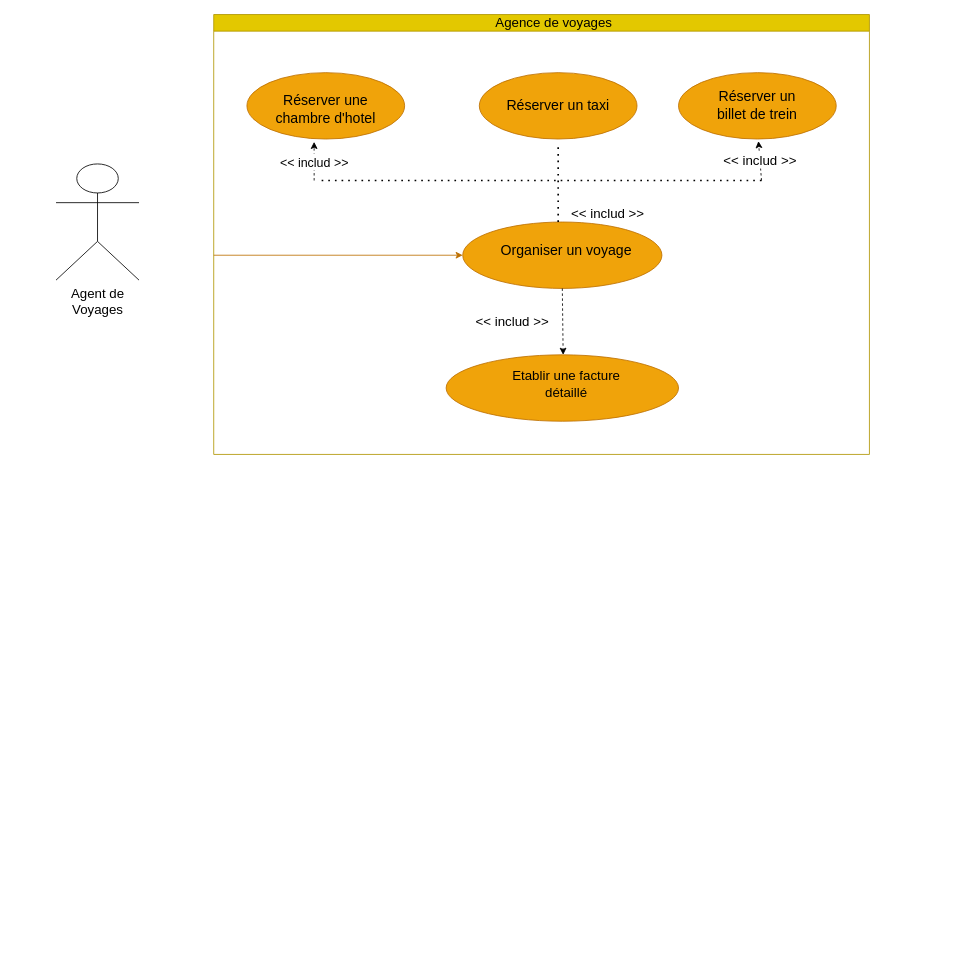
Above: Untitled Diagram.drawio in zakaria-batty/Syst-me-de-r-servation-agence-de-voyage- (draw.io), before the change. Source tidied: cells renumbered, new cells numbered last; positions are measured from the earlier drawing's top-left corner, leaving out a move shared by most shapes. Both pictures are drawn from the tidied source at 83%, with x=0, y=0 at pixel (56, 14).
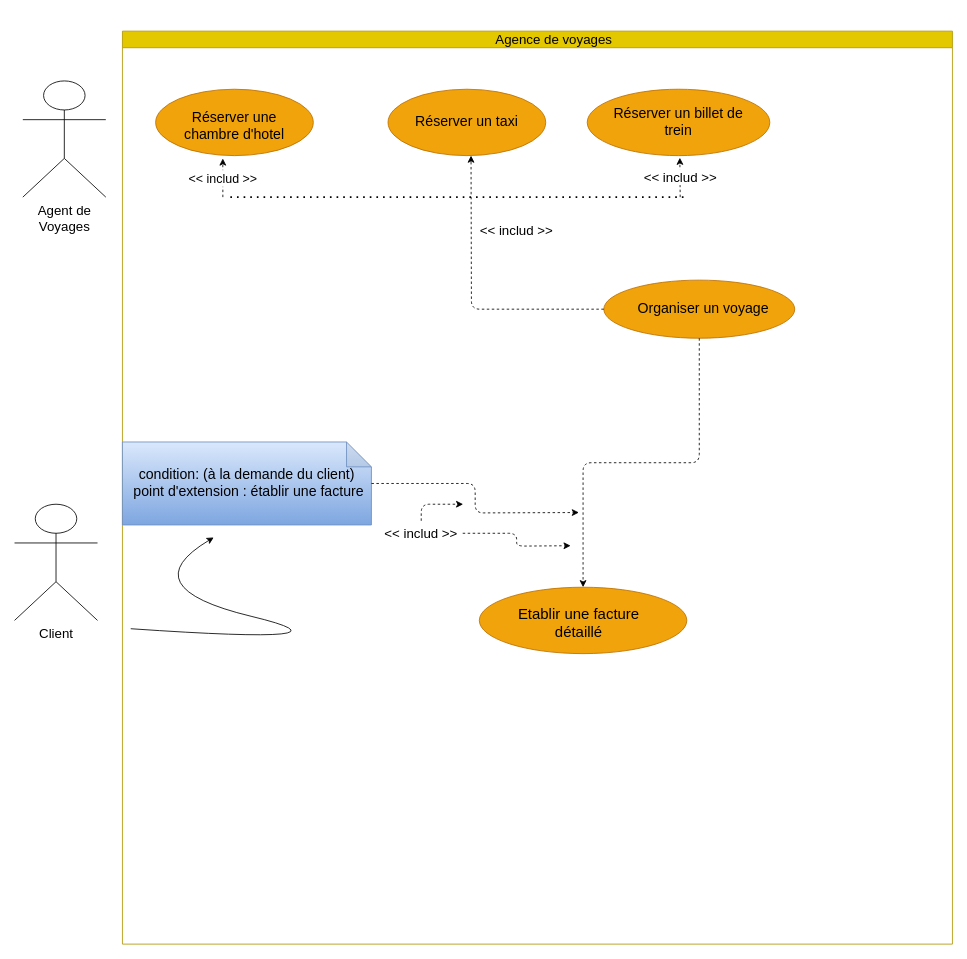
After the change.

Commit message:
diagramme une agence de voyage-Suite.drawio

Diff of the diagram source:
```diff
@@
     <mxCell id="2" style="swimlane;html=1;startSize=20;horizontal=1;containerType=tree;glass=0;fillColor=#e3c800;strokeColor=#B09500;fontColor=#ffffff;" parent="1" vertex="1">
-      <mxGeometry x="190" width="790" height="530" as="geometry" />
+      <mxGeometry x="80" y="20" width="1000" height="1100" as="geometry" />
     </mxCell>
@@
     <mxCell id="5" style="ellipse;whiteSpace=wrap;html=1;glass=0;fontSize=16;fillColor=#f0a30a;strokeColor=#BD7000;fontColor=#ffffff;" parent="2" vertex="1">
-      <mxGeometry x="560" y="70" width="190" height="80" as="geometry" />
+      <mxGeometry x="560" y="70" width="220" height="80" as="geometry" />
     </mxCell>
-    <mxCell id="6" style="ellipse;whiteSpace=wrap;html=1;glass=0;fontSize=16;fillColor=#f0a30a;strokeColor=#BD7000;fontColor=#ffffff;" parent="2" vertex="1">
-      <mxGeometry x="300" y="250" width="240" height="80" as="geometry" />
-    </mxCell>
@@
     <mxCell id="9" value="&lt;span style=&quot;font-size: 17px&quot;&gt;Réserver un billet de trein&lt;/span&gt;" style="text;html=1;strokeColor=none;fillColor=none;align=center;verticalAlign=middle;whiteSpace=wrap;rounded=0;glass=0;fontSize=16;" parent="2" vertex="1">
-      <mxGeometry x="590" y="80" width="130" height="60" as="geometry" />
+      <mxGeometry x="590" y="80" width="160" height="60" as="geometry" />
     </mxCell>
-    <mxCell id="10" value="&lt;span style=&quot;font-size: 17px&quot;&gt;Organiser un voyage&lt;/span&gt;" style="text;html=1;strokeColor=none;fillColor=none;align=center;verticalAlign=middle;whiteSpace=wrap;rounded=0;glass=0;fontSize=16;dashed=1;" parent="2" vertex="1">
-      <mxGeometry x="340" y="260" width="170" height="50" as="geometry" />
-    </mxCell>
-    <mxCell id="11" style="endArrow=none;dashed=1;html=1;dashPattern=1 3;strokeWidth=2;fontFamily=Helvetica;fontSize=16;fontColor=#000000;align=center;strokeColor=#000000;rounded=1;shadow=0;" parent="2" edge="1">
-      <mxGeometry relative="1" as="geometry">
-        <mxPoint x="415" y="250" as="sourcePoint" />
-        <mxPoint x="415" y="160" as="targetPoint" />
-      </mxGeometry>
-    </mxCell>
@@
     <mxCell id="13" style="endArrow=none;dashed=1;html=1;dashPattern=1 3;strokeWidth=2;fontSize=16;" parent="2" edge="1">
       <mxGeometry relative="1" as="geometry">
         <mxPoint x="130" y="200" as="sourcePoint" />
-        <mxPoint x="660" y="200" as="targetPoint" />
+        <mxPoint x="680" y="200" as="targetPoint" />
       </mxGeometry>
     </mxCell>
@@
     <mxCell id="16" value="&amp;lt;&amp;lt; includ &amp;gt;&amp;gt;" style="endArrow=classic;html=1;shadow=0;dashed=1;fontSize=16;entryX=0.51;entryY=1.209;entryDx=0;entryDy=0;entryPerimeter=0;" parent="2" edge="1" target="9">
       <mxGeometry relative="1" as="geometry">
-        <mxPoint x="660" y="200" as="sourcePoint" />
+        <mxPoint x="672" y="200" as="sourcePoint" />
       </mxGeometry>
     </mxCell>
-    <mxCell id="17" style="endArrow=classic;html=1;shadow=0;fontSize=16;entryX=0;entryY=0.5;entryDx=0;entryDy=0;fillColor=#f0a30a;strokeColor=#BD7000;" parent="2" edge="1" target="6">
-      <mxGeometry relative="1" as="geometry">
-        <mxPoint y="290" as="sourcePoint" />
-      </mxGeometry>
-    </mxCell>
-    <mxCell id="18" style="ellipse;whiteSpace=wrap;html=1;glass=0;fontSize=16;fillColor=#f0a30a;strokeColor=#BD7000;fontColor=#ffffff;" parent="2" vertex="1">
-      <mxGeometry x="280" y="410" width="280" height="80" as="geometry" />
-    </mxCell>
+    <mxCell id="21" value="&amp;lt;&amp;lt; includ &amp;gt;&amp;gt;" style="text;html=1;strokeColor=none;fillColor=none;align=center;verticalAlign=middle;whiteSpace=wrap;rounded=0;glass=0;fontSize=16;" parent="2" vertex="1">
+      <mxGeometry x="310" y="590" width="100" height="30" as="geometry" />
+    </mxCell>
+    <mxCell id="24" style="curved=1;endArrow=classic;html=1;shadow=0;fontSize=16;" parent="2" edge="1">
+      <mxGeometry relative="1" as="geometry">
+        <mxPoint x="10" y="720" as="sourcePoint" />
+        <mxPoint x="110" y="610" as="targetPoint" />
+        <Array as="points">
+          <mxPoint x="300" y="740" />
+          <mxPoint x="10" y="670" />
+        </Array>
+      </mxGeometry>
+    </mxCell>
+    <mxCell id="25" value="&lt;font style=&quot;font-size: 17px&quot;&gt;condition: (à la demande du client)&lt;br&gt;&amp;nbsp;point d'extension : établir une facture&lt;/font&gt;" style="shape=note;whiteSpace=wrap;html=1;backgroundOutline=1;darkOpacity=0.05;glass=0;gradientColor=#7ea6e0;fontSize=16;fillColor=#dae8fc;strokeColor=#6c8ebf;" parent="2" vertex="1">
+      <mxGeometry y="495" width="300" height="100" as="geometry" />
+    </mxCell>
+    <mxCell id="26" style="ellipse;whiteSpace=wrap;html=1;glass=0;fontSize=16;fillColor=#f0a30a;strokeColor=#BD7000;fontColor=#ffffff;" parent="2" vertex="1">
+      <mxGeometry x="580" y="300" width="230" height="70" as="geometry" />
+    </mxCell>
+    <mxCell id="27" style="edgeStyle=orthogonalEdgeStyle;rounded=1;jettySize=auto;html=1;dashed=1;" parent="2" edge="1" source="26" target="28">
+      <mxGeometry relative="1" as="geometry" />
+    </mxCell>
+    <mxCell id="28" style="ellipse;whiteSpace=wrap;html=1;glass=0;fontSize=16;fillColor=#f0a30a;strokeColor=#BD7000;fontColor=#ffffff;" parent="2" vertex="1">
+      <mxGeometry x="430" y="670" width="250" height="80" as="geometry" />
+    </mxCell>
+    <mxCell id="10" value="&lt;span style=&quot;font-size: 17px&quot;&gt;Organiser un voyage&lt;/span&gt;" style="text;html=1;strokeColor=none;fillColor=none;align=center;verticalAlign=middle;whiteSpace=wrap;rounded=0;glass=0;fontSize=16;" parent="2" vertex="1">
+      <mxGeometry x="620" y="320" width="160" height="30" as="geometry" />
+    </mxCell>
-    <mxCell id="19" value="Etablir une facture détaillé" style="text;html=1;strokeColor=none;fillColor=none;align=center;verticalAlign=middle;whiteSpace=wrap;rounded=0;glass=0;fontSize=16;" parent="2" vertex="1">
-      <mxGeometry x="340" y="420" width="170" height="50" as="geometry" />
+    <mxCell id="19" value="&lt;font style=&quot;font-size: 18px&quot;&gt;Etablir une facture détaillé&lt;/font&gt;" style="text;html=1;strokeColor=none;fillColor=none;align=center;verticalAlign=middle;whiteSpace=wrap;rounded=0;glass=0;fontSize=16;" parent="2" vertex="1">
+      <mxGeometry x="450" y="700" width="200" height="27" as="geometry" />
     </mxCell>
-    <mxCell id="20" style="endArrow=classic;html=1;shadow=0;fontSize=16;dashed=1;exitX=0.5;exitY=1;exitDx=0;exitDy=0;" parent="2" edge="1" source="6">
-      <mxGeometry relative="1" as="geometry">
-        <mxPoint x="421" y="410" as="targetPoint" />
-      </mxGeometry>
-    </mxCell>
-    <mxCell id="21" value="&amp;lt;&amp;lt; includ &amp;gt;&amp;gt;" style="text;html=1;strokeColor=none;fillColor=none;align=center;verticalAlign=middle;whiteSpace=wrap;rounded=0;glass=0;fontSize=16;" parent="2" vertex="1">
-      <mxGeometry x="310" y="360" width="100" height="20" as="geometry" />
-    </mxCell>
+    <mxCell id="23" value="Agence de voyages" style="text;html=1;strokeColor=none;fillColor=none;align=center;verticalAlign=middle;whiteSpace=wrap;rounded=0;glass=0;fontSize=16;" parent="2" vertex="1">
+      <mxGeometry x="370" width="300" height="20" as="geometry" />
+    </mxCell>
-    <mxCell id="22" value="Agent de &lt;br&gt;Voyages" style="shape=umlActor;verticalLabelPosition=bottom;verticalAlign=top;html=1;glass=0;gradientColor=none;fontSize=16;" parent="1" vertex="1">
-      <mxGeometry y="180" width="100" height="140" as="geometry" />
+    <mxCell id="22" value="Client" style="shape=umlActor;verticalLabelPosition=bottom;verticalAlign=top;html=1;glass=0;gradientColor=none;fontSize=16;" parent="1" vertex="1">
+      <mxGeometry x="-50" y="590" width="100" height="140" as="geometry" />
     </mxCell>
-    <mxCell id="23" value="Agence de voyages" style="text;html=1;strokeColor=none;fillColor=none;align=center;verticalAlign=middle;whiteSpace=wrap;rounded=0;glass=0;fontSize=16;" parent="1" vertex="1">
-      <mxGeometry x="450" width="300" height="20" as="geometry" />
-    </mxCell>
+    <mxCell id="29" value="Agent de &lt;br&gt;Voyages" style="shape=umlActor;verticalLabelPosition=bottom;verticalAlign=top;html=1;glass=0;gradientColor=none;fontSize=16;" parent="1" vertex="1">
+      <mxGeometry x="-40" y="80" width="100" height="140" as="geometry" />
+    </mxCell>
+    <mxCell id="30" style="edgeStyle=orthogonalEdgeStyle;rounded=1;jettySize=auto;html=1;shadow=0;fontSize=16;dashed=1;exitX=0;exitY=0.5;exitDx=0;exitDy=0;" parent="1" edge="1" source="26">
+      <mxGeometry relative="1" as="geometry">
+        <mxPoint x="500" y="170" as="targetPoint" />
+      </mxGeometry>
+    </mxCell>
+    <mxCell id="31" style="edgeStyle=orthogonalEdgeStyle;rounded=1;jettySize=auto;html=1;shadow=0;dashed=1;fontSize=16;" parent="1" edge="1" source="25">
+      <mxGeometry relative="1" as="geometry">
+        <mxPoint x="630" y="600" as="targetPoint" />
+      </mxGeometry>
+    </mxCell>
+    <mxCell id="32" style="edgeStyle=orthogonalEdgeStyle;rounded=1;jettySize=auto;html=1;shadow=0;dashed=1;fontSize=16;" parent="1" edge="1" source="21">
+      <mxGeometry relative="1" as="geometry">
+        <mxPoint x="490" y="590" as="targetPoint" />
+      </mxGeometry>
+    </mxCell>
+    <mxCell id="33" style="edgeStyle=orthogonalEdgeStyle;rounded=1;jettySize=auto;html=1;shadow=0;dashed=1;fontSize=16;" parent="1" edge="1" source="21">
+      <mxGeometry relative="1" as="geometry">
+        <mxPoint x="620" y="640" as="targetPoint" />
+      </mxGeometry>
+    </mxCell>
```
